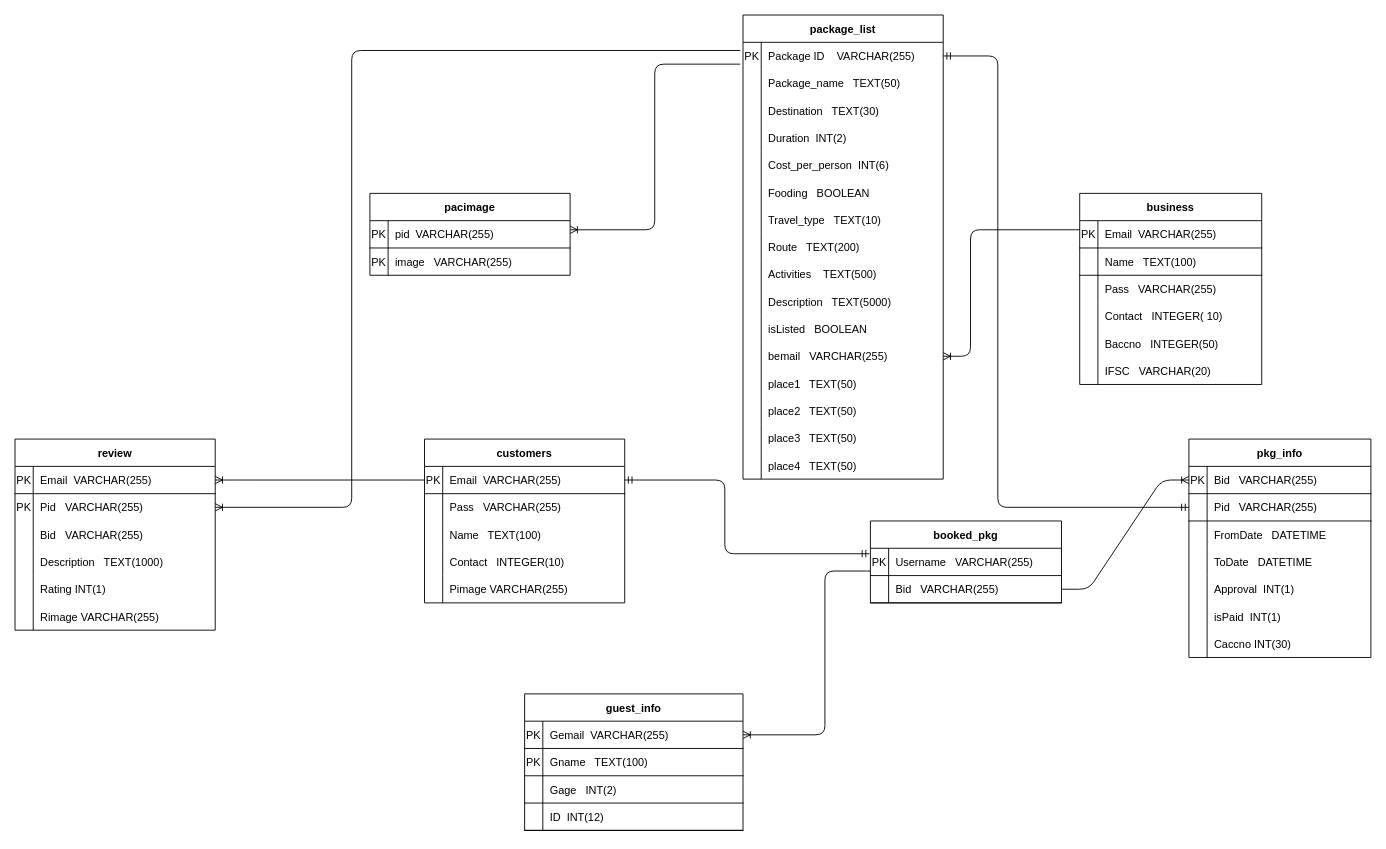
The draw.io diagram ERD_SCHEMA_WITH_PAKCAGE.drawio in PCMasterRace007/ER, before the edit. Source tidied: cells renumbered, new cells numbered last; positions are measured from the earlier drawing's top-left corner, leaving out a move shared by most shapes. Both pictures are drawn from the tidied source at 91%, with x=0, y=0 at pixel (15, 15).
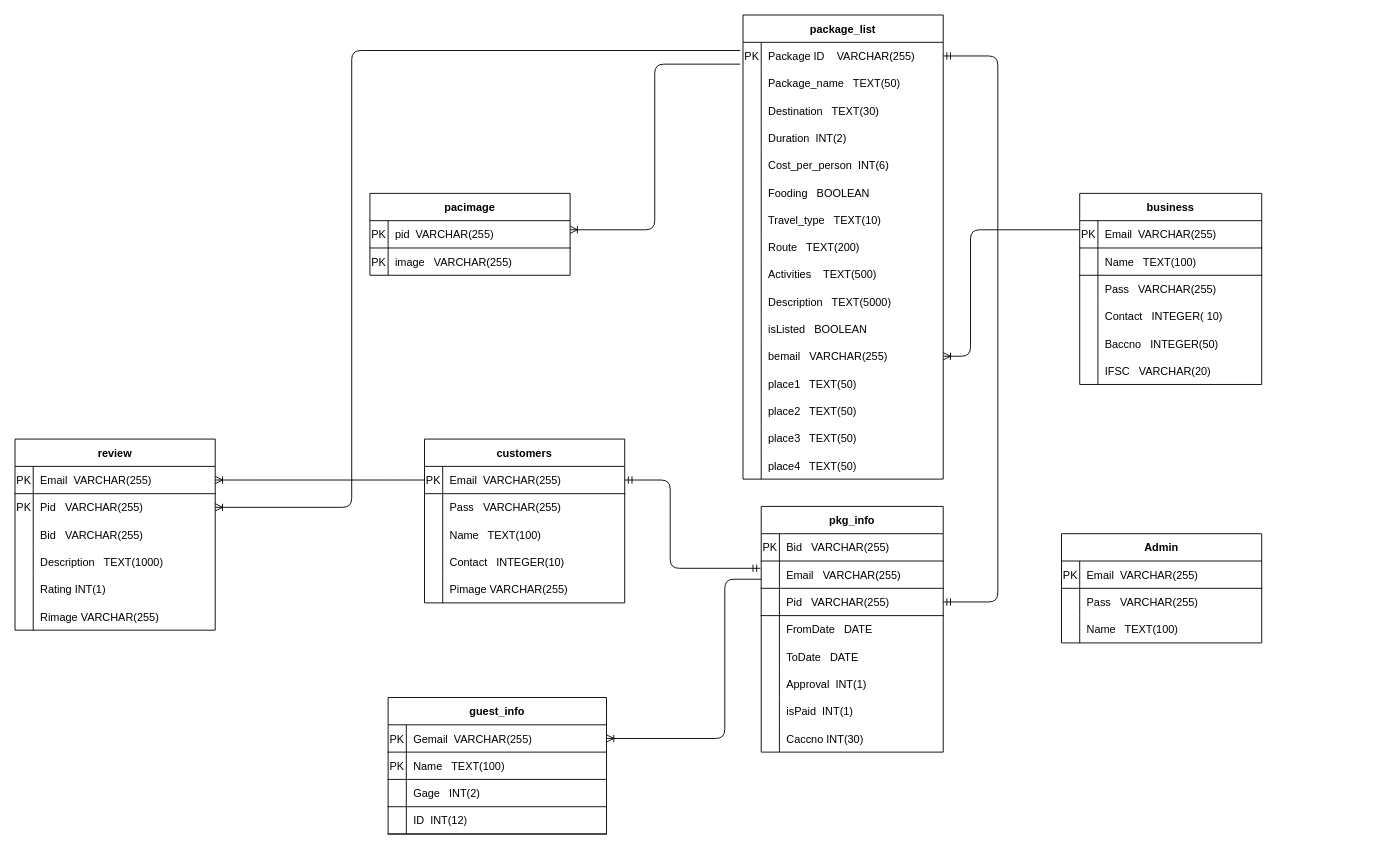
The same diagram, later.

Unchanged cells that the change refers to:
```xml
<mxCell id="3" style="shape=partialRectangle;fillColor=none;top=0;left=0;bottom=0;right=0;points=[[0,0.5],[1,0.5]];portConstraint=eastwest;" parent="2" vertex="1">
  <mxGeometry y="30" width="220" height="30" as="geometry" />
</mxCell>
<mxCell id="52" style="shape=partialRectangle;fillColor=none;top=0;left=0;bottom=1;right=0;points=[[0,0.5],[1,0.5]];portConstraint=eastwest;" parent="51" vertex="1">
  <mxGeometry y="30" width="220" height="30" as="geometry" />
</mxCell>
<mxCell id="94" style="shape=partialRectangle;fillColor=none;top=0;left=0;bottom=1;right=0;points=[[0,0.5],[1,0.5]];portConstraint=eastwest;" parent="93" vertex="1">
  <mxGeometry y="30" width="240" height="30" as="geometry" />
</mxCell>
<mxCell id="97" style="shape=partialRectangle;fillColor=none;top=0;left=0;bottom=1;right=0;" parent="93" vertex="1">
  <mxGeometry y="60" width="240" height="30" as="geometry" />
</mxCell>
<mxCell id="107" style="shape=partialRectangle;fillColor=none;top=0;left=0;bottom=1;right=0;points=[[0,0.5],[1,0.5]];portConstraint=eastwest;" parent="106" vertex="1">
  <mxGeometry y="30" width="200" height="30" as="geometry" />
</mxCell>
```

Diff of the diagram source:
```diff
@@
-    <mxCell id="86" value="booked_pkg" style="shape=table;startSize=30;childLayout=tableLayout;rowLines=0;fontStyle=1;align=center;" parent="1" vertex="1">
-      <mxGeometry x="940" y="556" width="210" height="90" as="geometry" />
-    </mxCell>
-    <mxCell id="87" style="shape=partialRectangle;fillColor=none;top=0;left=0;bottom=1;right=0;points=[[0,0.5],[1,0.5]];portConstraint=eastwest;" parent="86" vertex="1">
-      <mxGeometry y="30" width="210" height="30" as="geometry" />
-    </mxCell>
-    <mxCell id="88" value="PK" style="shape=partialRectangle;fillColor=none;top=0;left=0;bottom=0;right=0;fontStyle=0;overflow=hidden;" parent="87" vertex="1">
-      <mxGeometry width="20" height="30" as="geometry" />
-    </mxCell>
-    <mxCell id="89" value="Username   VARCHAR(255)" style="shape=partialRectangle;fillColor=none;top=0;left=0;bottom=0;right=0;align=left;spacingLeft=6;fontStyle=0;overflow=hidden;" parent="87" vertex="1">
-      <mxGeometry x="20" width="190" height="30" as="geometry" />
-    </mxCell>
-    <mxCell id="90" style="shape=partialRectangle;fillColor=none;top=0;left=0;bottom=1;right=0;points=[[0,0.5],[1,0.5]];portConstraint=eastwest;" parent="86" vertex="1">
-      <mxGeometry y="60" width="210" height="30" as="geometry" />
-    </mxCell>
-    <mxCell id="91" style="shape=partialRectangle;fillColor=none;top=0;left=0;bottom=0;right=0;fontStyle=0;overflow=hidden;" parent="90" vertex="1">
-      <mxGeometry width="20" height="30" as="geometry" />
-    </mxCell>
-    <mxCell id="92" value="Bid   VARCHAR(255)" style="shape=partialRectangle;fillColor=none;top=0;left=0;bottom=0;right=0;align=left;spacingLeft=6;fontStyle=0;overflow=hidden;" parent="90" vertex="1">
-      <mxGeometry x="20" width="190" height="30" as="geometry" />
-    </mxCell>
     <mxCell id="93" value="guest_info" style="shape=table;startSize=30;childLayout=tableLayout;rowLines=0;fontStyle=1;align=center;" parent="1" vertex="1">
-      <mxGeometry x="560" y="746" width="240" height="150" as="geometry" />
+      <mxGeometry x="410" y="750" width="240" height="150" as="geometry" />
     </mxCell>
@@
-    <mxCell id="99" value="Gname   TEXT(100)" style="shape=partialRectangle;fillColor=none;top=0;left=0;bottom=0;right=0;align=left;spacingLeft=6;fontStyle=0;overflow=hidden;" parent="97" vertex="1">
+    <mxCell id="99" value="Name   TEXT(100)" style="shape=partialRectangle;fillColor=none;top=0;left=0;bottom=0;right=0;align=left;spacingLeft=6;fontStyle=0;overflow=hidden;" parent="97" vertex="1">
       <mxGeometry x="20" width="220" height="30" as="geometry" />
     </mxCell>
@@
     <mxCell id="106" value="pkg_info" style="shape=table;startSize=30;childLayout=tableLayout;rowLines=0;fontStyle=1;align=center;" parent="1" vertex="1">
-      <mxGeometry x="1290" y="466" width="200" height="240" as="geometry" />
+      <mxGeometry x="820" y="540" width="200" height="270" as="geometry" />
     </mxCell>
@@
+    <mxCell id="162" style="shape=partialRectangle;fillColor=none;top=0;left=0;bottom=1;right=0;points=[[0,0.5],[1,0.5]];portConstraint=eastwest;" parent="106" vertex="1">
+      <mxGeometry y="60" width="200" height="30" as="geometry" />
+    </mxCell>
+    <mxCell id="91" style="shape=partialRectangle;fillColor=none;top=0;left=0;bottom=0;right=0;fontStyle=0;overflow=hidden;" parent="162" vertex="1">
+      <mxGeometry width="20" height="30" as="geometry" />
+    </mxCell>
+    <mxCell id="163" value="Email   VARCHAR(255)" style="shape=partialRectangle;fillColor=none;top=0;left=0;bottom=0;right=0;align=left;spacingLeft=6;fontStyle=0;overflow=hidden;" parent="162" vertex="1">
+      <mxGeometry x="20" width="180" height="30" as="geometry" />
+    </mxCell>
     <mxCell id="110" style="shape=partialRectangle;fillColor=none;top=0;left=0;bottom=1;right=0;points=[[0,0.5],[1,0.5]];portConstraint=eastwest;" parent="106" vertex="1">
-      <mxGeometry y="60" width="200" height="30" as="geometry" />
+      <mxGeometry y="90" width="200" height="30" as="geometry" />
     </mxCell>
@@
     <mxCell id="113" style="shape=partialRectangle;fillColor=none;top=0;left=0;bottom=0;right=0;" parent="106" vertex="1">
-      <mxGeometry y="90" width="200" height="30" as="geometry" />
+      <mxGeometry y="120" width="200" height="30" as="geometry" />
     </mxCell>
@@
-    <mxCell id="115" value="FromDate   DATETIME" style="shape=partialRectangle;fillColor=none;top=0;left=0;bottom=0;right=0;align=left;spacingLeft=6;overflow=hidden;" parent="113" vertex="1">
+    <mxCell id="115" value="FromDate   DATE" style="shape=partialRectangle;fillColor=none;top=0;left=0;bottom=0;right=0;align=left;spacingLeft=6;overflow=hidden;" parent="113" vertex="1">
       <mxGeometry x="20" width="180" height="30" as="geometry" />
     </mxCell>
     <mxCell id="116" style="shape=partialRectangle;fillColor=none;top=0;left=0;bottom=0;right=0;" parent="106" vertex="1">
-      <mxGeometry y="120" width="200" height="30" as="geometry" />
+      <mxGeometry y="150" width="200" height="30" as="geometry" />
     </mxCell>
@@
-    <mxCell id="118" value="ToDate   DATETIME" style="shape=partialRectangle;fillColor=none;top=0;left=0;bottom=0;right=0;align=left;spacingLeft=6;overflow=hidden;" parent="116" vertex="1">
+    <mxCell id="118" value="ToDate   DATE" style="shape=partialRectangle;fillColor=none;top=0;left=0;bottom=0;right=0;align=left;spacingLeft=6;overflow=hidden;" parent="116" vertex="1">
       <mxGeometry x="20" width="180" height="30" as="geometry" />
     </mxCell>
     <mxCell id="119" style="shape=partialRectangle;fillColor=none;top=0;left=0;bottom=0;right=0;" parent="106" vertex="1">
-      <mxGeometry y="150" width="200" height="30" as="geometry" />
+      <mxGeometry y="180" width="200" height="30" as="geometry" />
     </mxCell>
@@
     <mxCell id="122" style="shape=partialRectangle;fillColor=none;top=0;left=0;bottom=0;right=0;" parent="106" vertex="1">
-      <mxGeometry y="180" width="200" height="30" as="geometry" />
+      <mxGeometry y="210" width="200" height="30" as="geometry" />
     </mxCell>
@@
     <mxCell id="125" style="shape=partialRectangle;fillColor=none;top=0;left=0;bottom=0;right=0;" parent="106" vertex="1">
-      <mxGeometry y="210" width="200" height="30" as="geometry" />
+      <mxGeometry y="240" width="200" height="30" as="geometry" />
     </mxCell>
@@
-    <mxCell id="129" style="edgeStyle=entityRelationEdgeStyle;fontSize=12;html=1;endArrow=ERoneToMany;exitX=1;exitY=0.5;exitDx=0;exitDy=0;entryX=0;entryY=0.5;entryDx=0;entryDy=0;" parent="1" edge="1" source="90" target="107">
-      <mxGeometry relative="1" as="geometry" />
-    </mxCell>
-    <mxCell id="130" style="edgeStyle=elbowEdgeStyle;fontSize=12;html=1;endArrow=ERmandOne;startArrow=ERmandOne;entryX=-0.005;entryY=0.2;entryDx=0;entryDy=0;entryPerimeter=0;exitX=1;exitY=0.5;exitDx=0;exitDy=0;" parent="1" edge="1" source="52" target="87">
+    <mxCell id="130" style="edgeStyle=elbowEdgeStyle;fontSize=12;html=1;endArrow=ERmandOne;startArrow=ERmandOne;exitX=1;exitY=0.5;exitDx=0;exitDy=0;entryX=-0.005;entryY=0.267;entryDx=0;entryDy=0;entryPerimeter=0;" parent="1" edge="1" source="52" target="162">
       <mxGeometry relative="1" as="geometry">
         <Array as="points">
+          <mxPoint x="720" y="530" />
           <mxPoint x="780" y="560" />
         </Array>
       </mxGeometry>
     </mxCell>
-    <mxCell id="131" style="edgeStyle=elbowEdgeStyle;fontSize=12;html=1;endArrow=ERoneToMany;entryX=1;entryY=0.5;entryDx=0;entryDy=0;exitX=0;exitY=0.833;exitDx=0;exitDy=0;exitPerimeter=0;" parent="1" edge="1" source="87" target="94">
+    <mxCell id="131" style="edgeStyle=elbowEdgeStyle;fontSize=12;html=1;endArrow=ERoneToMany;entryX=1;entryY=0.5;entryDx=0;entryDy=0;exitX=0;exitY=0.667;exitDx=0;exitDy=0;exitPerimeter=0;" parent="1" edge="1" source="162" target="94">
       <mxGeometry relative="1" as="geometry">
         <Array as="points">
-          <mxPoint x="890" y="776" />
+          <mxPoint x="780" y="800" />
           <mxPoint x="850" y="846" />
           <mxPoint x="830" y="756" />
         </Array>
       </mxGeometry>
     </mxCell>
-    <mxCell id="132" style="edgeStyle=elbowEdgeStyle;fontSize=12;html=1;endArrow=ERmandOne;startArrow=ERmandOne;exitX=0;exitY=0.5;exitDx=0;exitDy=0;entryX=1;entryY=0.5;entryDx=0;entryDy=0;" parent="1" edge="1" source="110" target="3">
+    <mxCell id="132" style="edgeStyle=elbowEdgeStyle;fontSize=12;html=1;endArrow=ERmandOne;startArrow=ERmandOne;entryX=1;entryY=0.5;entryDx=0;entryDy=0;exitX=1;exitY=0.5;exitDx=0;exitDy=0;" parent="1" edge="1" source="110" target="3">
       <mxGeometry relative="1" as="geometry">
         <Array as="points">
           <mxPoint x="1080" y="420" />
           <mxPoint x="1030" y="446" />
           <mxPoint x="1040" y="466" />
         </Array>
       </mxGeometry>
     </mxCell>
@@
+    <mxCell id="164" value="Admin" style="shape=table;startSize=30;childLayout=tableLayout;rowLines=0;fontStyle=1;align=center;" parent="1" vertex="1">
+      <mxGeometry x="1150" y="570" width="220" height="120" as="geometry" />
+    </mxCell>
+    <mxCell id="165" style="shape=partialRectangle;fillColor=none;top=0;left=0;bottom=1;right=0;" parent="164" vertex="1">
+      <mxGeometry y="30" width="220" height="30" as="geometry" />
+    </mxCell>
+    <mxCell id="88" value="PK" style="shape=partialRectangle;fillColor=none;top=0;left=0;bottom=0;right=0;fontStyle=0;overflow=hidden;" parent="165" vertex="1">
+      <mxGeometry width="20" height="30" as="geometry" />
+    </mxCell>
+    <mxCell id="166" value="Email  VARCHAR(255)" style="shape=partialRectangle;fillColor=none;top=0;left=0;bottom=0;right=0;align=left;spacingLeft=6;fontStyle=0;overflow=hidden;" parent="165" vertex="1">
+      <mxGeometry x="20" width="200" height="30" as="geometry" />
+    </mxCell>
+    <mxCell id="167" style="shape=partialRectangle;fillColor=none;top=0;left=0;bottom=0;right=0;" parent="164" vertex="1">
+      <mxGeometry y="60" width="220" height="30" as="geometry" />
+    </mxCell>
+    <mxCell id="168" style="shape=partialRectangle;fillColor=none;top=0;left=0;bottom=0;right=0;overflow=hidden;" parent="167" vertex="1">
+      <mxGeometry width="20" height="30" as="geometry" />
+    </mxCell>
+    <mxCell id="169" value="Pass   VARCHAR(255)" style="shape=partialRectangle;fillColor=none;top=0;left=0;bottom=0;right=0;align=left;spacingLeft=6;overflow=hidden;" parent="167" vertex="1">
+      <mxGeometry x="20" width="200" height="30" as="geometry" />
+    </mxCell>
+    <mxCell id="170" style="shape=partialRectangle;fillColor=none;top=0;left=0;bottom=0;right=0;" parent="164" vertex="1">
+      <mxGeometry y="90" width="220" height="30" as="geometry" />
+    </mxCell>
+    <mxCell id="171" style="shape=partialRectangle;fillColor=none;top=0;left=0;bottom=0;right=0;overflow=hidden;" parent="170" vertex="1">
+      <mxGeometry width="20" height="30" as="geometry" />
+    </mxCell>
+    <mxCell id="172" value="Name   TEXT(100)" style="shape=partialRectangle;fillColor=none;top=0;left=0;bottom=0;right=0;align=left;spacingLeft=6;overflow=hidden;" parent="170" vertex="1">
+      <mxGeometry x="20" width="200" height="30" as="geometry" />
+    </mxCell>
```
